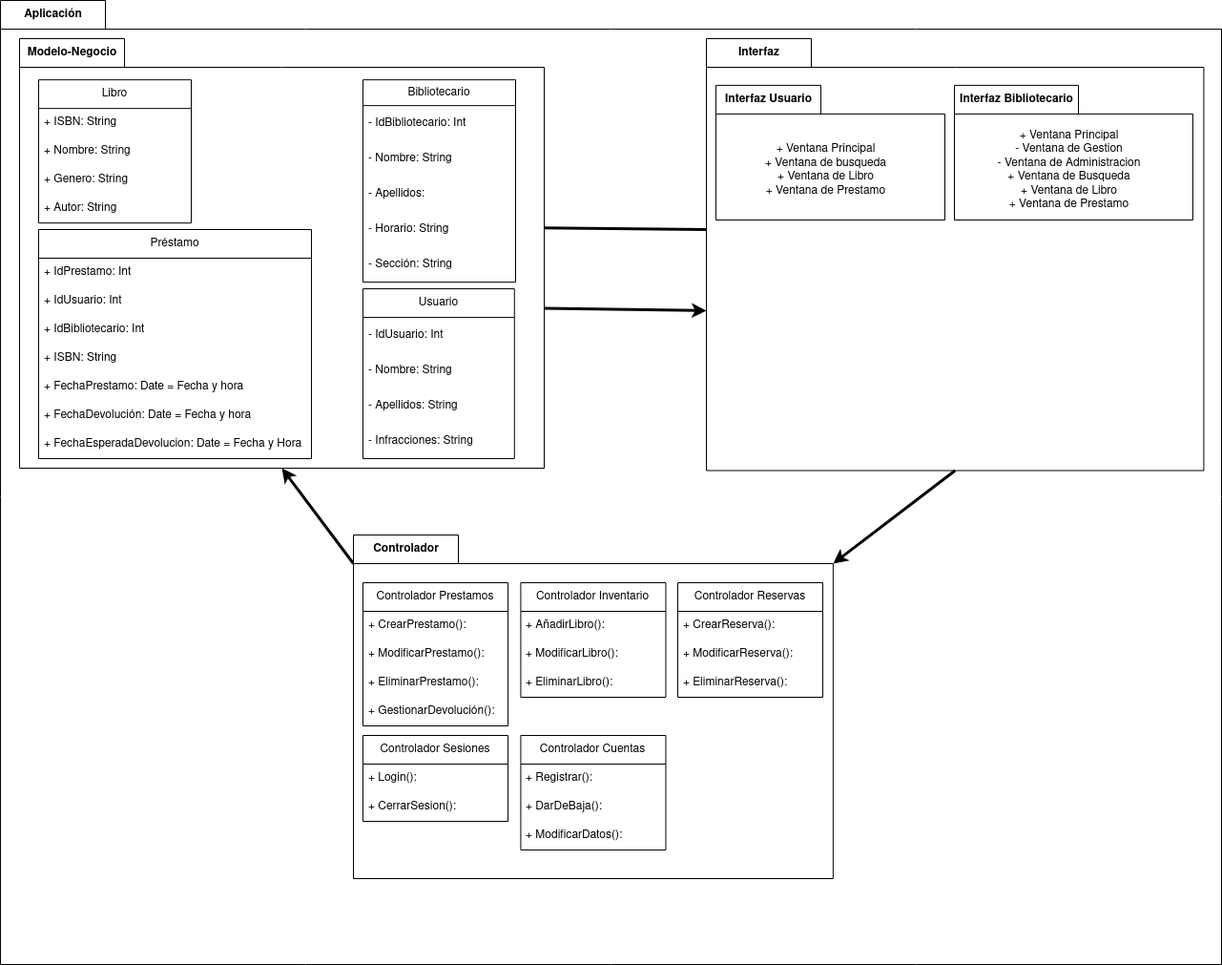
This is diagrama-paquetes/biblioteca/diagrama-biblioteca.drawio.png from IsaiasTolP/Tareas_Markdown, a draw.io export, as it was before one commit. Source tidied: cells renumbered, new cells last; positions are measured from the earlier drawing's top-left corner, leaving out a move shared by most shapes.
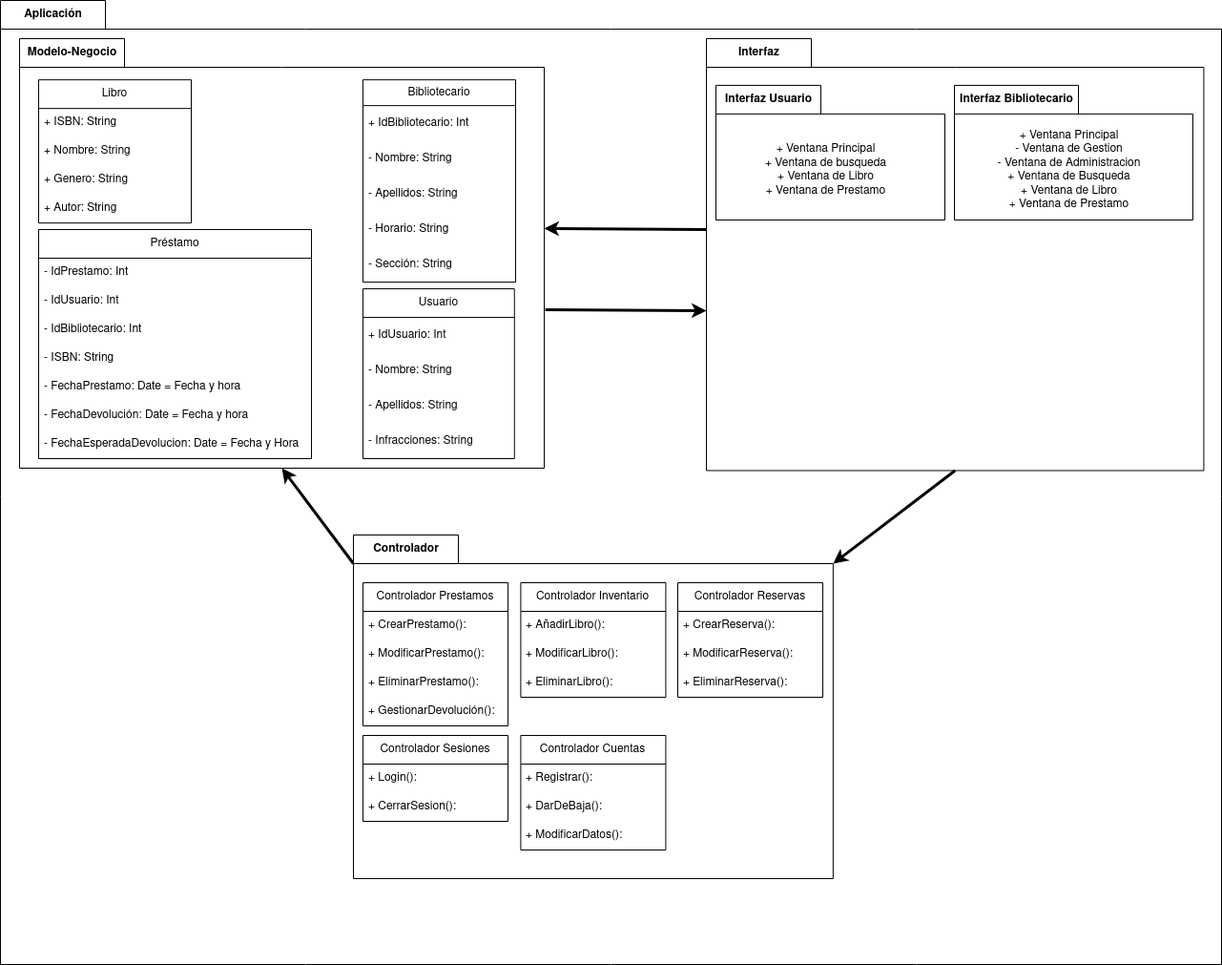
After the change.

Change to the diagram source:
```diff
@@ -10,7 +10,7 @@
         <mxPoint y="30" as="offset" />
       </mxGeometry>
     </mxCell>
-    <mxCell id="4" style="edgeStyle=none;html=1;exitX=0;exitY=0;exitDx=0;exitDy=200;exitPerimeter=0;entryX=0;entryY=0;entryDx=460;entryDy=197.5;entryPerimeter=0;strokeWidth=3;" parent="2" edge="1" source="5" target="36">
+    <mxCell id="4" style="edgeStyle=none;html=1;exitX=0;exitY=0;exitDx=0;exitDy=200;exitPerimeter=0;entryX=1;entryY=0.442;entryDx=0;entryDy=0;entryPerimeter=0;strokeWidth=3;" parent="2" edge="1" source="5" target="36">
       <mxGeometry relative="1" as="geometry" />
     </mxCell>
     <mxCell id="5" value="Interfaz" style="shape=folder;fontStyle=1;tabWidth=110;tabHeight=30;tabPosition=left;html=1;boundedLbl=1;labelInHeader=1;" parent="2" vertex="1">
@@ -111,7 +111,7 @@
     <mxCell id="34" value="+ ModificarDatos():" style="text;strokeColor=none;fillColor=none;align=left;verticalAlign=middle;spacingLeft=4;spacingRight=4;overflow=hidden;whiteSpace=wrap;html=1;" parent="31" vertex="1">
       <mxGeometry y="90" width="152" height="30" as="geometry" />
     </mxCell>
-    <mxCell id="35" style="edgeStyle=none;html=1;exitX=0;exitY=0;exitDx=460;exitDy=281.25;exitPerimeter=0;entryX=0;entryY=0;entryDx=0;entryDy=285;entryPerimeter=0;strokeWidth=3;" parent="2" edge="1" source="36" target="5">
+    <mxCell id="35" style="edgeStyle=none;html=1;exitX=1.002;exitY=0.631;exitDx=0;exitDy=0;exitPerimeter=0;entryX=0;entryY=0;entryDx=0;entryDy=285;entryPerimeter=0;strokeWidth=3;" parent="2" edge="1" source="36" target="5">
       <mxGeometry relative="1" as="geometry" />
     </mxCell>
     <mxCell id="36" value="Modelo-Negocio" style="shape=folder;fontStyle=1;tabWidth=110;tabHeight=30;tabPosition=left;html=1;boundedLbl=1;labelInHeader=1;" parent="2" vertex="1">
@@ -125,7 +125,7 @@
     <mxCell id="38" value="Usuario" style="swimlane;fontStyle=0;horizontal=1;startSize=30;whiteSpace=wrap;html=1;strokeColor=default;" parent="36" vertex="1">
       <mxGeometry x="360" y="262.1" width="158.8" height="177.9" as="geometry" />
     </mxCell>
-    <mxCell id="39" value="- IdUsuario: Int" style="text;strokeColor=none;fillColor=none;align=left;verticalAlign=middle;spacingLeft=4;spacingRight=4;overflow=hidden;whiteSpace=wrap;html=1;" parent="38" vertex="1">
+    <mxCell id="39" value="+ IdUsuario: Int" style="text;strokeColor=none;fillColor=none;align=left;verticalAlign=middle;spacingLeft=4;spacingRight=4;overflow=hidden;whiteSpace=wrap;html=1;" parent="38" vertex="1">
       <mxGeometry y="30" width="158.8" height="37" as="geometry" />
     </mxCell>
     <mxCell id="40" value="- Nombre: String" style="text;strokeColor=none;fillColor=none;align=left;verticalAlign=middle;spacingLeft=4;spacingRight=4;overflow=hidden;whiteSpace=wrap;html=1;" parent="38" vertex="1">
@@ -140,13 +140,13 @@
     <mxCell id="43" value="Bibliotecario" style="swimlane;fontStyle=0;horizontal=1;startSize=27;whiteSpace=wrap;html=1;strokeColor=default;" parent="36" vertex="1">
       <mxGeometry x="360" y="43.1" width="160" height="211.9" as="geometry" />
     </mxCell>
-    <mxCell id="44" value="- IdBibliotecario: Int" style="text;strokeColor=none;fillColor=none;align=left;verticalAlign=middle;spacingLeft=4;spacingRight=4;overflow=hidden;whiteSpace=wrap;html=1;" parent="43" vertex="1">
+    <mxCell id="44" value="+ IdBibliotecario: Int" style="text;strokeColor=none;fillColor=none;align=left;verticalAlign=middle;spacingLeft=4;spacingRight=4;overflow=hidden;whiteSpace=wrap;html=1;" parent="43" vertex="1">
       <mxGeometry y="27" width="160" height="37" as="geometry" />
     </mxCell>
     <mxCell id="45" value="- Nombre: String" style="text;strokeColor=none;fillColor=none;align=left;verticalAlign=middle;spacingLeft=4;spacingRight=4;overflow=hidden;whiteSpace=wrap;html=1;" parent="43" vertex="1">
       <mxGeometry y="64" width="160" height="37" as="geometry" />
     </mxCell>
-    <mxCell id="46" value="- Apellidos:" style="text;strokeColor=none;fillColor=none;align=left;verticalAlign=middle;spacingLeft=4;spacingRight=4;overflow=hidden;whiteSpace=wrap;html=1;" parent="43" vertex="1">
+    <mxCell id="46" value="- Apellidos: String" style="text;strokeColor=none;fillColor=none;align=left;verticalAlign=middle;spacingLeft=4;spacingRight=4;overflow=hidden;whiteSpace=wrap;html=1;" parent="43" vertex="1">
       <mxGeometry y="101" width="160" height="37" as="geometry" />
     </mxCell>
     <mxCell id="47" value="- Horario: String" style="text;strokeColor=none;fillColor=none;align=left;verticalAlign=middle;spacingLeft=4;spacingRight=4;overflow=hidden;whiteSpace=wrap;html=1;" parent="43" vertex="1">
@@ -173,25 +173,25 @@
     <mxCell id="54" value="Préstamo" style="swimlane;fontStyle=0;horizontal=1;startSize=30;whiteSpace=wrap;html=1;strokeColor=default;" parent="36" vertex="1">
       <mxGeometry x="20" y="200" width="286" height="240" as="geometry" />
     </mxCell>
-    <mxCell id="55" value="+ IdPrestamo: Int" style="text;strokeColor=none;fillColor=none;align=left;verticalAlign=middle;spacingLeft=4;spacingRight=4;overflow=hidden;whiteSpace=wrap;html=1;" parent="54" vertex="1">
+    <mxCell id="55" value="- IdPrestamo: Int" style="text;strokeColor=none;fillColor=none;align=left;verticalAlign=middle;spacingLeft=4;spacingRight=4;overflow=hidden;whiteSpace=wrap;html=1;" parent="54" vertex="1">
       <mxGeometry y="30" width="286" height="30" as="geometry" />
     </mxCell>
-    <mxCell id="56" value="+ IdUsuario: Int" style="text;strokeColor=none;fillColor=none;align=left;verticalAlign=middle;spacingLeft=4;spacingRight=4;overflow=hidden;whiteSpace=wrap;html=1;" parent="54" vertex="1">
+    <mxCell id="56" value="- IdUsuario: Int" style="text;strokeColor=none;fillColor=none;align=left;verticalAlign=middle;spacingLeft=4;spacingRight=4;overflow=hidden;whiteSpace=wrap;html=1;" parent="54" vertex="1">
       <mxGeometry y="60" width="286" height="30" as="geometry" />
     </mxCell>
-    <mxCell id="57" value="+ IdBibliotecario: Int" style="text;strokeColor=none;fillColor=none;align=left;verticalAlign=middle;spacingLeft=4;spacingRight=4;overflow=hidden;whiteSpace=wrap;html=1;" parent="54" vertex="1">
+    <mxCell id="57" value="- IdBibliotecario: Int" style="text;strokeColor=none;fillColor=none;align=left;verticalAlign=middle;spacingLeft=4;spacingRight=4;overflow=hidden;whiteSpace=wrap;html=1;" parent="54" vertex="1">
       <mxGeometry y="90" width="286" height="30" as="geometry" />
     </mxCell>
-    <mxCell id="58" value="+ ISBN: String" style="text;strokeColor=none;fillColor=none;align=left;verticalAlign=middle;spacingLeft=4;spacingRight=4;overflow=hidden;whiteSpace=wrap;html=1;" parent="54" vertex="1">
+    <mxCell id="58" value="- ISBN: String" style="text;strokeColor=none;fillColor=none;align=left;verticalAlign=middle;spacingLeft=4;spacingRight=4;overflow=hidden;whiteSpace=wrap;html=1;" parent="54" vertex="1">
       <mxGeometry y="120" width="286" height="30" as="geometry" />
     </mxCell>
-    <mxCell id="59" value="+ FechaPrestamo: Date = Fecha y hora" style="text;strokeColor=none;fillColor=none;align=left;verticalAlign=middle;spacingLeft=4;spacingRight=4;overflow=hidden;whiteSpace=wrap;html=1;" parent="54" vertex="1">
+    <mxCell id="59" value="- FechaPrestamo: Date = Fecha y hora" style="text;strokeColor=none;fillColor=none;align=left;verticalAlign=middle;spacingLeft=4;spacingRight=4;overflow=hidden;whiteSpace=wrap;html=1;" parent="54" vertex="1">
       <mxGeometry y="150" width="286" height="30" as="geometry" />
     </mxCell>
-    <mxCell id="60" value="+ FechaDevolución: Date = Fecha y hora" style="text;strokeColor=none;fillColor=none;align=left;verticalAlign=middle;spacingLeft=4;spacingRight=4;overflow=hidden;whiteSpace=wrap;html=1;" parent="54" vertex="1">
+    <mxCell id="60" value="- FechaDevolución: Date = Fecha y hora" style="text;strokeColor=none;fillColor=none;align=left;verticalAlign=middle;spacingLeft=4;spacingRight=4;overflow=hidden;whiteSpace=wrap;html=1;" parent="54" vertex="1">
       <mxGeometry y="180" width="286" height="30" as="geometry" />
     </mxCell>
-    <mxCell id="61" value="+ FechaEsperadaDevolucion: Date = Fecha y Hora" style="text;strokeColor=none;fillColor=none;align=left;verticalAlign=middle;spacingLeft=4;spacingRight=4;overflow=hidden;whiteSpace=wrap;html=1;" parent="54" vertex="1">
+    <mxCell id="61" value="- FechaEsperadaDevolucion: Date = Fecha y Hora" style="text;strokeColor=none;fillColor=none;align=left;verticalAlign=middle;spacingLeft=4;spacingRight=4;overflow=hidden;whiteSpace=wrap;html=1;" parent="54" vertex="1">
       <mxGeometry y="210" width="286" height="30" as="geometry" />
     </mxCell>
   </root>
```
